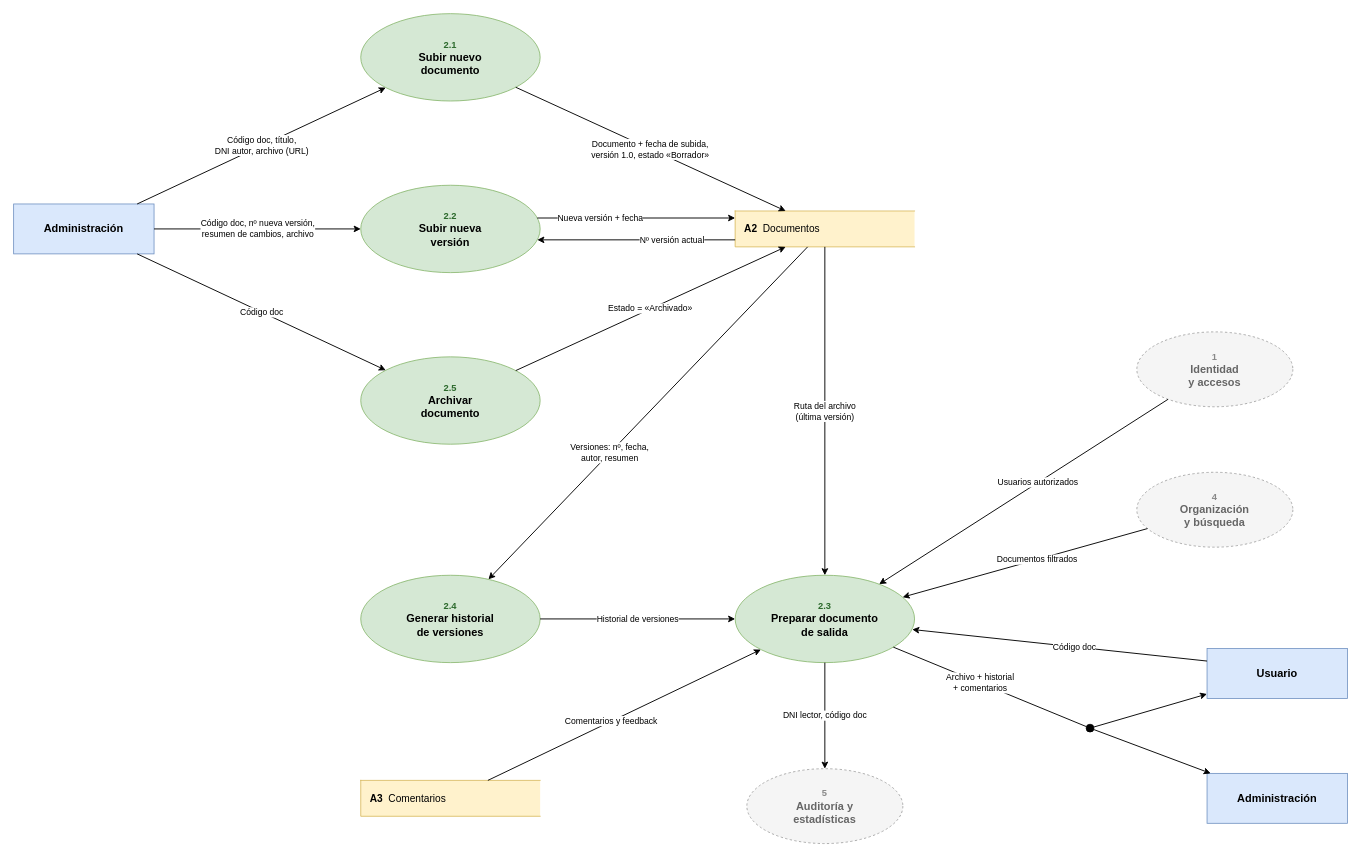
Earlier version of the draw.io diagram page "Nivel 2 · Proceso 2" (4 of 7) of diagramas_sistema_documentacion /dfd/dfd_sistema_documentacion.drawio (adriivarela06/P2_DDSI). Source tidied: cells renumbered, new cells numbered last; positions are measured from the earlier drawing's top-left corner, leaving out a move shared by most shapes. Both pictures are drawn from the tidied source at 78%, with x=0, y=0 at pixel (13, 13).
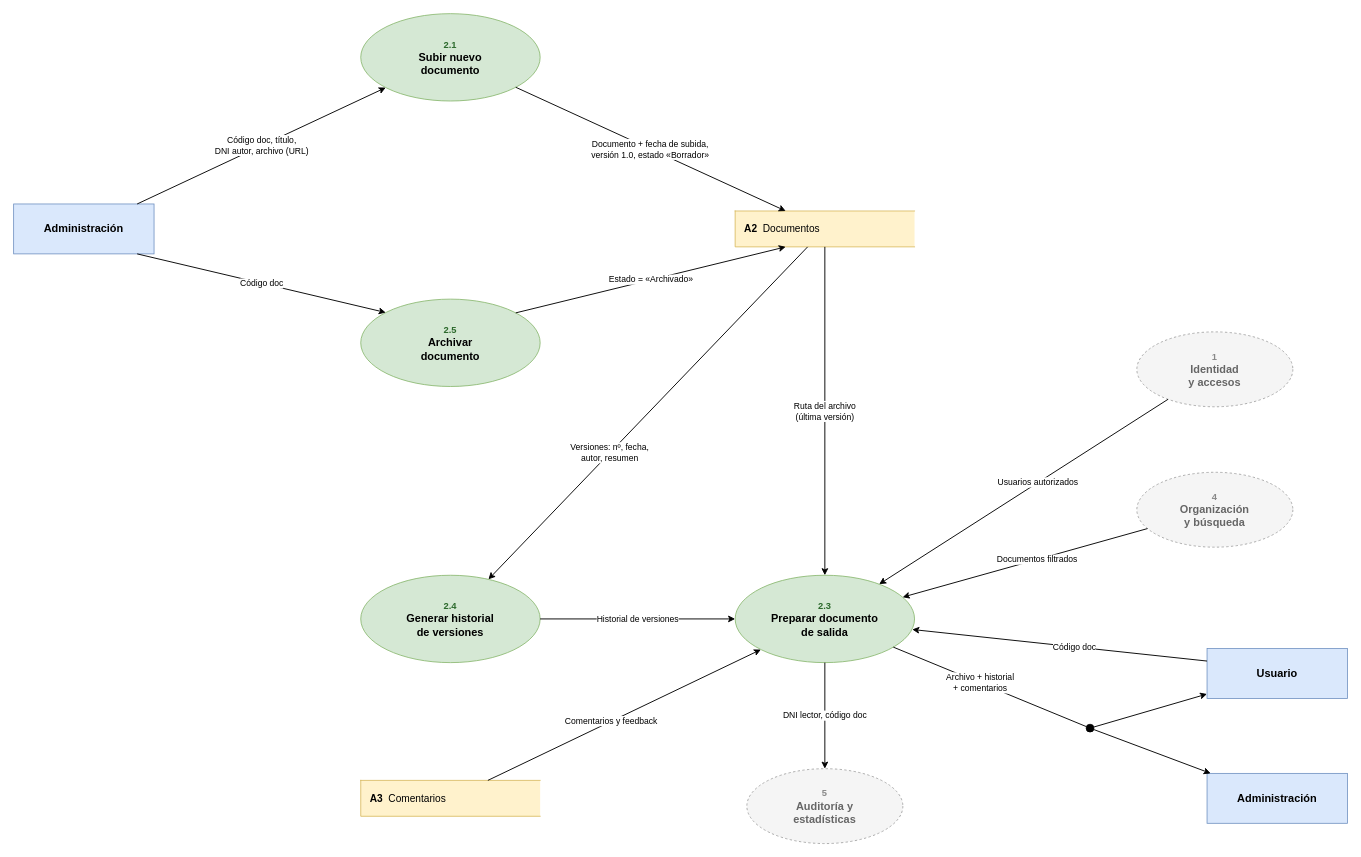
After the change.

The change refers to these unchanged cells:
```xml
<mxCell id="2" value="Administración" style="rounded=0;whiteSpace=wrap;html=1;fillColor=#dae8fc;strokeColor=#6c8ebf;fontStyle=1;fontSize=14;" parent="1" vertex="1">
  <mxGeometry y="244" width="180" height="64" as="geometry" />
</mxCell>
<mxCell id="8" value="&lt;b&gt;A2&lt;/b&gt;&amp;nbsp;&amp;nbsp;Documentos" style="shape=partialRectangle;right=0;whiteSpace=wrap;html=1;fillColor=#fff2cc;strokeColor=#d6b656;align=left;spacingLeft=10;fontSize=13;" parent="1" vertex="1">
  <mxGeometry x="925" y="253" width="230" height="46" as="geometry" />
</mxCell>
```

The edit, as a diff of the source:
```diff
@@
-    <mxCell id="4" value="&lt;font style=&quot;font-size:12px&quot; color=&quot;#2d6a2d&quot;&gt;2.2&lt;/font&gt;&lt;br&gt;Subir nueva&lt;br&gt;versión" style="ellipse;whiteSpace=wrap;html=1;fillColor=#d5e8d4;strokeColor=#82b366;fontColor=#000000;fontSize=14;fontStyle=1;" parent="1" vertex="1">
-      <mxGeometry x="445" y="220" width="230" height="112" as="geometry" />
-    </mxCell>
     <mxCell id="5" value="&lt;font style=&quot;font-size:12px&quot; color=&quot;#2d6a2d&quot;&gt;2.5&lt;/font&gt;&lt;br&gt;Archivar&lt;br&gt;documento" style="ellipse;whiteSpace=wrap;html=1;fillColor=#d5e8d4;strokeColor=#82b366;fontColor=#000000;fontSize=14;fontStyle=1;" parent="1" vertex="1">
-      <mxGeometry x="445" y="440" width="230" height="112" as="geometry" />
+      <mxGeometry x="445" y="366" width="230" height="112" as="geometry" />
     </mxCell>
@@
-    <mxCell id="17" value="Código doc, nº nueva versión,&lt;br&gt;resumen de cambios, archivo" style="edgeStyle=none;html=1;endArrow=classic;endFill=1;strokeWidth=1.2;fontSize=11;labelBackgroundColor=#ffffff;exitX=1.0000;exitY=0.5000;exitDx=0;exitDy=0;exitPerimeter=0;entryX=0.0000;entryY=0.5000;entryDx=0;entryDy=0;entryPerimeter=0;" parent="1" edge="1" source="2" target="4">
-      <mxGeometry relative="1" as="geometry" />
-    </mxCell>
@@
-    <mxCell id="20" value="Nº versión actual" style="edgeStyle=none;html=1;endArrow=classic;endFill=1;strokeWidth=1.2;fontSize=11;labelBackgroundColor=#ffffff;exitX=0.0000;exitY=0.8043;exitDx=0;exitDy=0;exitPerimeter=0;entryX=0.9841;entryY=0.6250;entryDx=0;entryDy=0;entryPerimeter=0;" parent="1" edge="1" source="8" target="4">
-      <mxGeometry x="-0.36" relative="1" as="geometry" />
-    </mxCell>
-    <mxCell id="21" value="Nueva versión + fecha" style="edgeStyle=none;html=1;endArrow=classic;endFill=1;strokeWidth=1.2;fontSize=11;labelBackgroundColor=#ffffff;exitX=0.9841;exitY=0.3750;exitDx=0;exitDy=0;exitPerimeter=0;entryX=0.0000;entryY=0.1957;entryDx=0;entryDy=0;entryPerimeter=0;" parent="1" edge="1" source="4" target="8">
-      <mxGeometry x="-0.36" relative="1" as="geometry" />
-    </mxCell>
```
